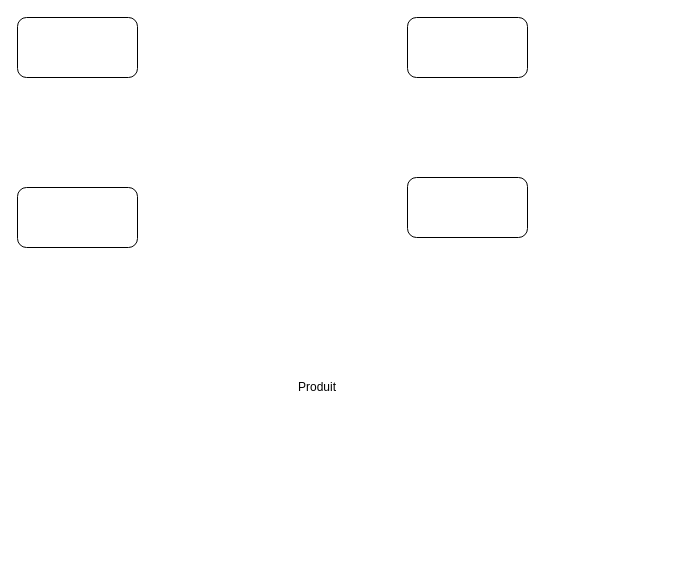
gui-lef/Groupe6 keeps this draw.io diagram as Untitled Diagram.drawio. Above is the earlier version. Source tidied: cells renumbered, new cells numbered last; positions are measured from the earlier drawing's top-left corner, leaving out a move shared by most shapes. Both pictures are drawn from the tidied source at 100%, with x=0, y=0 at pixel (17, 17).
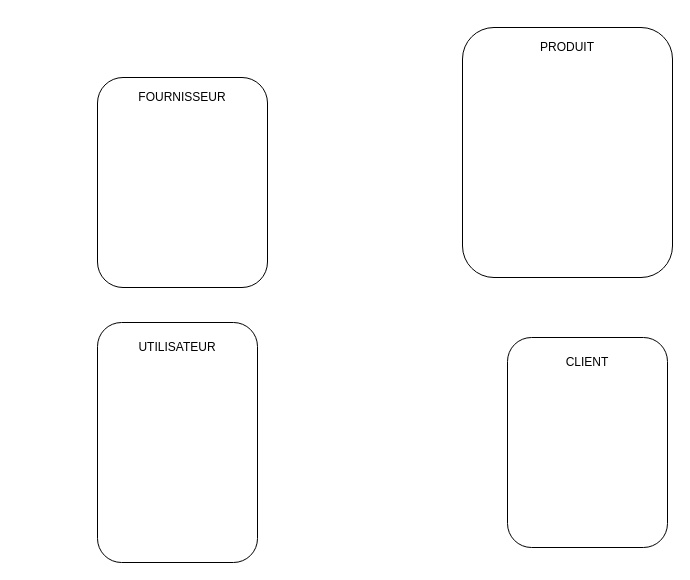
Above is the later version.

The edit, as a diff of the source:
```diff
@@
 <mxGraphModel>
   <root>
     <mxCell id="0" />
     <mxCell id="1" parent="0" />
-    <mxCell id="2" style="rounded=1;whiteSpace=wrap;html=1;" parent="1" vertex="1">
-      <mxGeometry width="120" height="60" as="geometry" />
-    </mxCell>
-    <mxCell id="3" style="rounded=1;whiteSpace=wrap;html=1;" parent="1" vertex="1">
-      <mxGeometry x="390" width="120" height="60" as="geometry" />
-    </mxCell>
-    <mxCell id="4" style="rounded=1;whiteSpace=wrap;html=1;" parent="1" vertex="1">
-      <mxGeometry y="170" width="120" height="60" as="geometry" />
-    </mxCell>
-    <mxCell id="5" style="rounded=1;whiteSpace=wrap;html=1;" parent="1" vertex="1">
-      <mxGeometry x="390" y="160" width="120" height="60" as="geometry" />
-    </mxCell>
-    <mxCell id="6" value="Produit" style="text;html=1;strokeColor=none;fillColor=none;align=center;verticalAlign=middle;whiteSpace=wrap;rounded=0;" parent="1" vertex="1">
-      <mxGeometry x="280" y="360" width="40" height="20" as="geometry" />
-    </mxCell>
+    <mxCell id="7" style="rounded=1;whiteSpace=wrap;html=1;" parent="1" vertex="1">
+      <mxGeometry x="80" y="60" width="170" height="210" as="geometry" />
+    </mxCell>
+    <mxCell id="8" style="rounded=1;whiteSpace=wrap;html=1;" parent="1" vertex="1">
+      <mxGeometry x="445" y="10" width="210" height="250" as="geometry" />
+    </mxCell>
+    <mxCell id="9" style="rounded=1;whiteSpace=wrap;html=1;" parent="1" vertex="1">
+      <mxGeometry x="80" y="305" width="160" height="240" as="geometry" />
+    </mxCell>
+    <mxCell id="10" style="rounded=1;whiteSpace=wrap;html=1;" parent="1" vertex="1">
+      <mxGeometry x="490" y="320" width="160" height="210" as="geometry" />
+    </mxCell>
+    <mxCell id="11" value="PRODUIT" style="text;html=1;strokeColor=none;fillColor=none;align=center;verticalAlign=middle;whiteSpace=wrap;rounded=0;" parent="1" vertex="1">
+      <mxGeometry x="530" y="20" width="40" height="20" as="geometry" />
+    </mxCell>
+    <mxCell id="12" value="CLIENT" style="text;html=1;strokeColor=none;fillColor=none;align=center;verticalAlign=middle;whiteSpace=wrap;rounded=0;" parent="1" vertex="1">
+      <mxGeometry x="550" y="330" width="40" height="30" as="geometry" />
+    </mxCell>
+    <mxCell id="13" value="FOURNISSEUR" style="text;html=1;strokeColor=none;fillColor=none;align=center;verticalAlign=middle;whiteSpace=wrap;rounded=0;" parent="1" vertex="1">
+      <mxGeometry x="145" y="70" width="40" height="20" as="geometry" />
+    </mxCell>
+    <mxCell id="14" value="UTILISATEUR" style="text;html=1;strokeColor=none;fillColor=none;align=center;verticalAlign=middle;whiteSpace=wrap;rounded=0;" parent="1" vertex="1">
+      <mxGeometry x="140" y="320" width="40" height="20" as="geometry" />
+    </mxCell>
   </root>
 </mxGraphModel>
```
